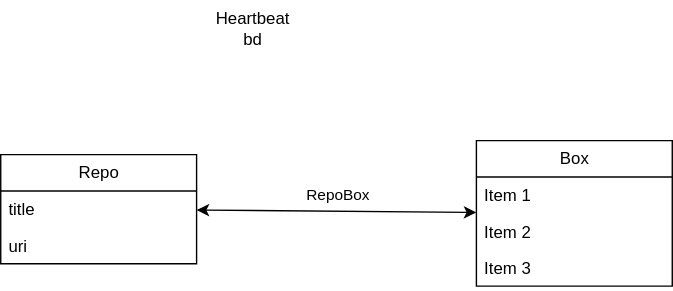
Before: bd.drawio.svg, a diagram exported from draw.io (Lyumih/heartbeat-back). Source tidied: cells renumbered, new cells last; positions are measured from the earlier drawing's top-left corner, leaving out a move shared by most shapes. Its diagram source:
```xml
<mxGraphModel>
  <root>
    <mxCell id="0" />
    <mxCell id="1" parent="0" />
    <mxCell id="2" value="Repo" style="swimlane;fontStyle=0;horizontal=1;startSize=26;fillColor=none;html=1;" parent="1" vertex="1">
      <mxGeometry y="110" width="140" height="78" as="geometry" />
    </mxCell>
    <mxCell id="3" value="title" style="text;strokeColor=none;fillColor=none;align=left;verticalAlign=top;spacingLeft=4;spacingRight=4;overflow=hidden;whiteSpace=wrap;html=1;" parent="2" vertex="1">
      <mxGeometry y="26" width="140" height="26" as="geometry" />
    </mxCell>
    <mxCell id="4" value="uri" style="text;strokeColor=none;fillColor=none;align=left;verticalAlign=top;spacingLeft=4;spacingRight=4;overflow=hidden;whiteSpace=wrap;html=1;" parent="2" vertex="1">
      <mxGeometry y="52" width="140" height="26" as="geometry" />
    </mxCell>
    <mxCell id="5" value="RepoBox" style="endArrow=classic;startArrow=classic;html=1;" parent="1" edge="1" source="2" target="6">
      <mxGeometry x="0.01" y="12" relative="1" as="geometry" />
    </mxCell>
    <mxCell id="6" value="Box" style="swimlane;fontStyle=0;horizontal=1;startSize=26;fillColor=none;html=1;" parent="1" vertex="1">
      <mxGeometry x="340" y="100" width="140" height="104" as="geometry" />
    </mxCell>
    <mxCell id="7" value="Item 1" style="text;strokeColor=none;fillColor=none;align=left;verticalAlign=top;spacingLeft=4;spacingRight=4;overflow=hidden;whiteSpace=wrap;html=1;" parent="6" vertex="1">
      <mxGeometry y="26" width="140" height="26" as="geometry" />
    </mxCell>
    <mxCell id="8" value="Item 2" style="text;strokeColor=none;fillColor=none;align=left;verticalAlign=top;spacingLeft=4;spacingRight=4;overflow=hidden;whiteSpace=wrap;html=1;" parent="6" vertex="1">
      <mxGeometry y="52" width="140" height="26" as="geometry" />
    </mxCell>
    <mxCell id="9" value="Item 3" style="text;strokeColor=none;fillColor=none;align=left;verticalAlign=top;spacingLeft=4;spacingRight=4;overflow=hidden;whiteSpace=wrap;html=1;" parent="6" vertex="1">
      <mxGeometry y="78" width="140" height="26" as="geometry" />
    </mxCell>
    <mxCell id="10" value="Heartbeat&lt;br&gt;&amp;nbsp;bd" style="text;html=1;align=center;verticalAlign=middle;strokeColor=none;fillColor=none;" parent="1" vertex="1">
      <mxGeometry x="140" width="80" height="40" as="geometry" />
    </mxCell>
  </root>
</mxGraphModel>
```
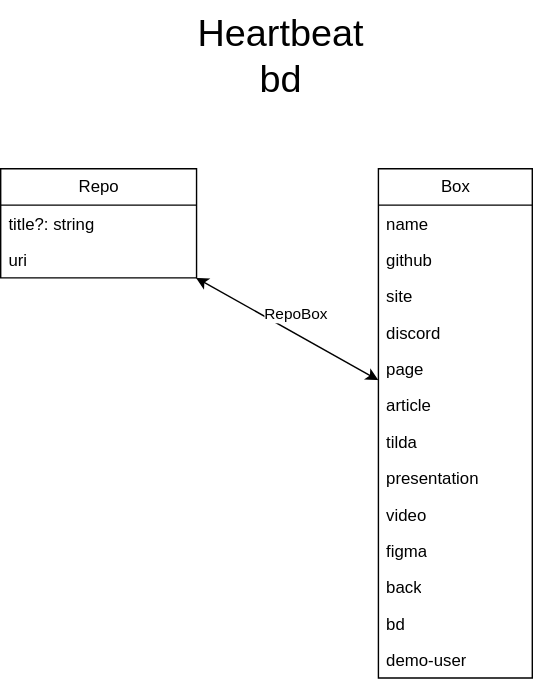
Above is the later version.

Change to the diagram source:
```diff
@@ -3,9 +3,9 @@
     <mxCell id="0" />
     <mxCell id="1" parent="0" />
     <mxCell id="2" value="Repo" style="swimlane;fontStyle=0;horizontal=1;startSize=26;fillColor=none;html=1;" parent="1" vertex="1">
-      <mxGeometry y="110" width="140" height="78" as="geometry" />
+      <mxGeometry x="-50" y="-20" width="140" height="78" as="geometry" />
     </mxCell>
-    <mxCell id="3" value="title" style="text;strokeColor=none;fillColor=none;align=left;verticalAlign=top;spacingLeft=4;spacingRight=4;overflow=hidden;whiteSpace=wrap;html=1;" parent="2" vertex="1">
+    <mxCell id="3" value="title?: string" style="text;strokeColor=none;fillColor=none;align=left;verticalAlign=top;spacingLeft=4;spacingRight=4;overflow=hidden;whiteSpace=wrap;html=1;" parent="2" vertex="1">
       <mxGeometry y="26" width="140" height="26" as="geometry" />
     </mxCell>
     <mxCell id="4" value="uri" style="text;strokeColor=none;fillColor=none;align=left;verticalAlign=top;spacingLeft=4;spacingRight=4;overflow=hidden;whiteSpace=wrap;html=1;" parent="2" vertex="1">
@@ -14,20 +14,50 @@
     <mxCell id="5" value="RepoBox" style="endArrow=classic;startArrow=classic;html=1;" parent="1" edge="1" source="2" target="6">
       <mxGeometry x="0.01" y="12" relative="1" as="geometry" />
     </mxCell>
+    <mxCell id="10" value="Heartbeat&lt;br style=&quot;font-size: 27px;&quot;&gt;&amp;nbsp;bd" style="text;html=1;align=center;verticalAlign=middle;strokeColor=none;fillColor=none;fontSize=27;" parent="1" vertex="1">
+      <mxGeometry x="80" y="-140" width="140" height="80" as="geometry" />
+    </mxCell>
     <mxCell id="6" value="Box" style="swimlane;fontStyle=0;horizontal=1;startSize=26;fillColor=none;html=1;" parent="1" vertex="1">
-      <mxGeometry x="340" y="100" width="140" height="104" as="geometry" />
+      <mxGeometry x="220" y="-20" width="110" height="364" as="geometry" />
     </mxCell>
-    <mxCell id="7" value="Item 1" style="text;strokeColor=none;fillColor=none;align=left;verticalAlign=top;spacingLeft=4;spacingRight=4;overflow=hidden;whiteSpace=wrap;html=1;" parent="6" vertex="1">
-      <mxGeometry y="26" width="140" height="26" as="geometry" />
-    </mxCell>
-    <mxCell id="8" value="Item 2" style="text;strokeColor=none;fillColor=none;align=left;verticalAlign=top;spacingLeft=4;spacingRight=4;overflow=hidden;whiteSpace=wrap;html=1;" parent="6" vertex="1">
-      <mxGeometry y="52" width="140" height="26" as="geometry" />
-    </mxCell>
-    <mxCell id="9" value="Item 3" style="text;strokeColor=none;fillColor=none;align=left;verticalAlign=top;spacingLeft=4;spacingRight=4;overflow=hidden;whiteSpace=wrap;html=1;" parent="6" vertex="1">
-      <mxGeometry y="78" width="140" height="26" as="geometry" />
-    </mxCell>
-    <mxCell id="10" value="Heartbeat&lt;br&gt;&amp;nbsp;bd" style="text;html=1;align=center;verticalAlign=middle;strokeColor=none;fillColor=none;" parent="1" vertex="1">
-      <mxGeometry x="140" width="80" height="40" as="geometry" />
-    </mxCell>
+    <mxCell id="11" value="name" style="text;strokeColor=none;fillColor=none;align=left;verticalAlign=top;spacingLeft=4;spacingRight=4;overflow=hidden;whiteSpace=wrap;html=1;" parent="6" vertex="1">
+      <mxGeometry y="26" width="110" height="26" as="geometry" />
+    </mxCell>
+    <mxCell id="12" value="github" style="text;strokeColor=none;fillColor=none;align=left;verticalAlign=top;spacingLeft=4;spacingRight=4;overflow=hidden;whiteSpace=wrap;html=1;" parent="6" vertex="1">
+      <mxGeometry y="52" width="110" height="26" as="geometry" />
+    </mxCell>
+    <mxCell id="13" value="site" style="text;strokeColor=none;fillColor=none;align=left;verticalAlign=top;spacingLeft=4;spacingRight=4;overflow=hidden;whiteSpace=wrap;html=1;" parent="6" vertex="1">
+      <mxGeometry y="78" width="110" height="26" as="geometry" />
+    </mxCell>
+    <mxCell id="14" value="discord" style="text;strokeColor=none;fillColor=none;align=left;verticalAlign=top;spacingLeft=4;spacingRight=4;overflow=hidden;whiteSpace=wrap;html=1;" parent="6" vertex="1">
+      <mxGeometry y="104" width="110" height="26" as="geometry" />
+    </mxCell>
+    <mxCell id="15" value="page" style="text;strokeColor=none;fillColor=none;align=left;verticalAlign=top;spacingLeft=4;spacingRight=4;overflow=hidden;whiteSpace=wrap;html=1;" parent="6" vertex="1">
+      <mxGeometry y="130" width="110" height="26" as="geometry" />
+    </mxCell>
+    <mxCell id="16" value="article" style="text;strokeColor=none;fillColor=none;align=left;verticalAlign=top;spacingLeft=4;spacingRight=4;overflow=hidden;whiteSpace=wrap;html=1;" parent="6" vertex="1">
+      <mxGeometry y="156" width="110" height="26" as="geometry" />
+    </mxCell>
+    <mxCell id="17" value="tilda" style="text;strokeColor=none;fillColor=none;align=left;verticalAlign=top;spacingLeft=4;spacingRight=4;overflow=hidden;whiteSpace=wrap;html=1;" parent="6" vertex="1">
+      <mxGeometry y="182" width="110" height="26" as="geometry" />
+    </mxCell>
+    <mxCell id="18" value="presentation" style="text;strokeColor=none;fillColor=none;align=left;verticalAlign=top;spacingLeft=4;spacingRight=4;overflow=hidden;whiteSpace=wrap;html=1;" parent="6" vertex="1">
+      <mxGeometry y="208" width="110" height="26" as="geometry" />
+    </mxCell>
+    <mxCell id="19" value="video&lt;br&gt;" style="text;strokeColor=none;fillColor=none;align=left;verticalAlign=top;spacingLeft=4;spacingRight=4;overflow=hidden;whiteSpace=wrap;html=1;" parent="6" vertex="1">
+      <mxGeometry y="234" width="110" height="26" as="geometry" />
+    </mxCell>
+    <mxCell id="20" value="figma" style="text;strokeColor=none;fillColor=none;align=left;verticalAlign=top;spacingLeft=4;spacingRight=4;overflow=hidden;whiteSpace=wrap;html=1;" parent="6" vertex="1">
+      <mxGeometry y="260" width="110" height="26" as="geometry" />
+    </mxCell>
+    <mxCell id="21" value="back" style="text;strokeColor=none;fillColor=none;align=left;verticalAlign=top;spacingLeft=4;spacingRight=4;overflow=hidden;whiteSpace=wrap;html=1;" parent="6" vertex="1">
+      <mxGeometry y="286" width="110" height="26" as="geometry" />
+    </mxCell>
+    <mxCell id="22" value="bd" style="text;strokeColor=none;fillColor=none;align=left;verticalAlign=top;spacingLeft=4;spacingRight=4;overflow=hidden;whiteSpace=wrap;html=1;" parent="6" vertex="1">
+      <mxGeometry y="312" width="110" height="26" as="geometry" />
+    </mxCell>
+    <mxCell id="23" value="demo-user" style="text;strokeColor=none;fillColor=none;align=left;verticalAlign=top;spacingLeft=4;spacingRight=4;overflow=hidden;whiteSpace=wrap;html=1;" parent="6" vertex="1">
+      <mxGeometry y="338" width="110" height="26" as="geometry" />
+    </mxCell>
   </root>
 </mxGraphModel>
```
